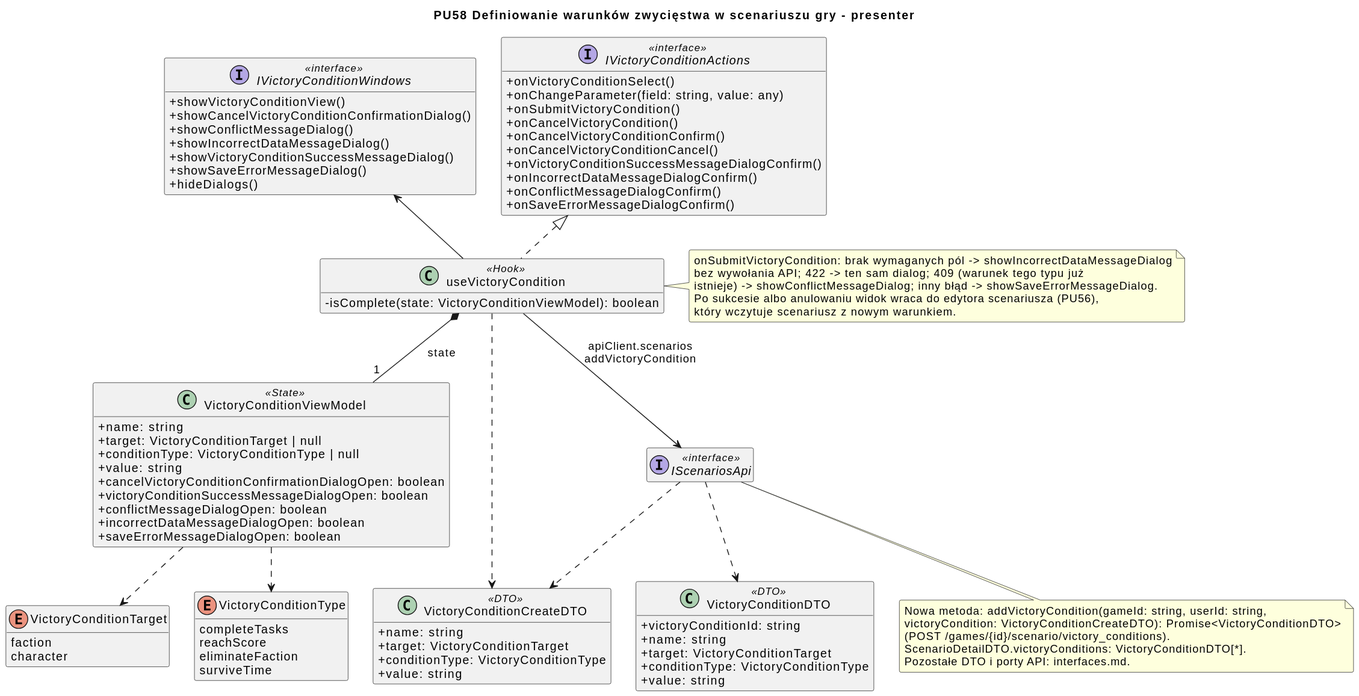
Above: diagrams/frontend/rendered/victory-condition-presenter.svg in Igor-Ochocki/POP-2026Z (PlantUML), before the change. Source of this version:
```plantuml
@startuml
skinparam classAttributeIconSize 0
skinparam packageStyle rectangle
skinparam shadowing false
skinparam roundcorner 4
skinparam linetype polyline
skinparam nodesep 30
skinparam ranksep 40
hide empty members

title PU58 Definiowanie warunków zwycięstwa w scenariuszu gry - presenter

interface IVictoryConditionActions <<interface>> {
    + onVictoryConditionSelect()
    + onChangeParameter(field: string, value: any)
    + onSubmitVictoryCondition()
    + onCancelVictoryCondition()
    + onCancelVictoryConditionConfirm()
    + onCancelVictoryConditionCancel()
    + onVictoryConditionSuccessMessageDialogConfirm()
    + onIncorrectDataMessageDialogConfirm()
    + onConflictMessageDialogConfirm()
    + onSaveErrorMessageDialogConfirm()
}

interface IVictoryConditionWindows <<interface>> {
    + showVictoryConditionView()
    + showCancelVictoryConditionConfirmationDialog()
    + showConflictMessageDialog()
    + showIncorrectDataMessageDialog()
    + showVictoryConditionSuccessMessageDialog()
    + showSaveErrorMessageDialog()
    + hideDialogs()
}

class useVictoryCondition <<Hook>> {
    - isComplete(state: VictoryConditionViewModel): boolean
}

class VictoryConditionViewModel <<State>> {
    + name: string
    + target: VictoryConditionTarget | null
    + conditionType: VictoryConditionType | null
    + value: string
    + cancelVictoryConditionConfirmationDialogOpen: boolean
    + victoryConditionSuccessMessageDialogOpen: boolean
    + conflictMessageDialogOpen: boolean
    + incorrectDataMessageDialogOpen: boolean
    + saveErrorMessageDialogOpen: boolean
}

class VictoryConditionCreateDTO <<DTO>> {
    + name: string
    + target: VictoryConditionTarget
    + conditionType: VictoryConditionType
    + value: string
}

class VictoryConditionDTO <<DTO>> {
    + victoryConditionId: string
    + name: string
    + target: VictoryConditionTarget
    + conditionType: VictoryConditionType
    + value: string
}

enum VictoryConditionTarget {
    faction
    character
}

enum VictoryConditionType {
    completeTasks
    reachScore
    eliminateFaction
    surviveTime
}

interface IScenariosApi <<interface>>

useVictoryCondition .u.|> IVictoryConditionActions
useVictoryCondition -u-> IVictoryConditionWindows
useVictoryCondition *-- "1" VictoryConditionViewModel : state
useVictoryCondition ..> VictoryConditionCreateDTO
useVictoryCondition --> IScenariosApi : apiClient.scenarios\naddVictoryCondition
VictoryConditionViewModel ..> VictoryConditionTarget
VictoryConditionViewModel ..> VictoryConditionType
IScenariosApi ..> VictoryConditionCreateDTO
IScenariosApi ..> VictoryConditionDTO

note right of useVictoryCondition
    onSubmitVictoryCondition: brak wymaganych pól -> showIncorrectDataMessageDialog
    bez wywołania API; 422 -> ten sam dialog; 409 (warunek tego typu już
    istnieje) -> showConflictMessageDialog; inny błąd -> showSaveErrorMessageDialog.
    Po sukcesie albo anulowaniu widok wraca do edytora scenariusza (PU56),
    który wczytuje scenariusz z nowym warunkiem.
end note

note bottom of IScenariosApi
    Nowa metoda: addVictoryCondition(gameId: string, userId: string,
    victoryCondition: VictoryConditionCreateDTO): Promise<VictoryConditionDTO>
    (POST /games/{id}/scenario/victory_conditions).
    ScenarioDetailDTO.victoryConditions: VictoryConditionDTO[*].
    Pozostałe DTO i porty API: interfaces.md.
end note
@enduml
```
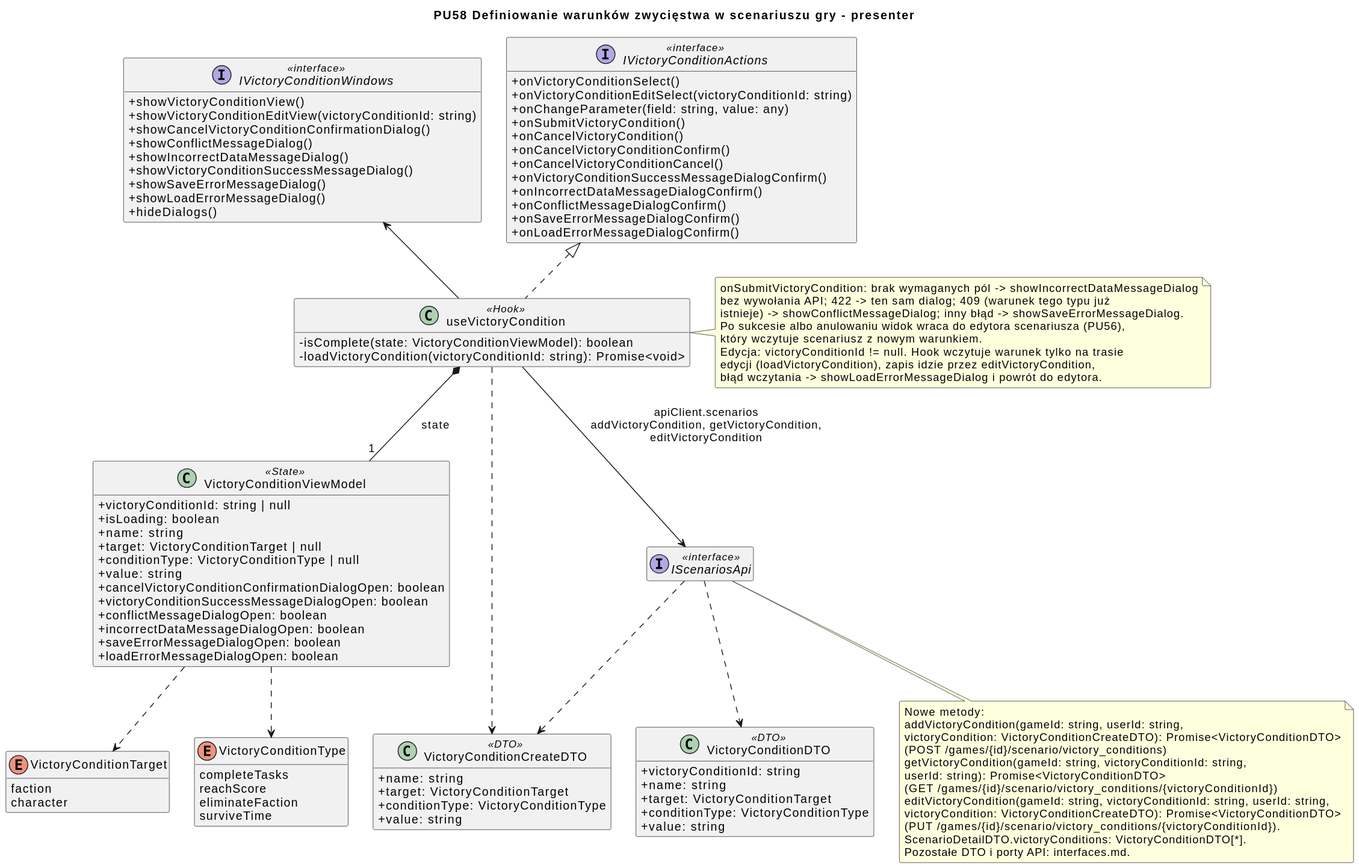
Above is the later version.

Commit message:
PU58/fe: edycja warunku zwycięstwa na diagramach presentera i widoku

Change to the diagram source:
```diff
@@ -12,6 +12,7 @@
 
 interface IVictoryConditionActions <<interface>> {
     + onVictoryConditionSelect()
+    + onVictoryConditionEditSelect(victoryConditionId: string)
     + onChangeParameter(field: string, value: any)
     + onSubmitVictoryCondition()
     + onCancelVictoryCondition()
@@ -21,23 +22,29 @@
     + onIncorrectDataMessageDialogConfirm()
     + onConflictMessageDialogConfirm()
     + onSaveErrorMessageDialogConfirm()
+    + onLoadErrorMessageDialogConfirm()
 }
 
 interface IVictoryConditionWindows <<interface>> {
     + showVictoryConditionView()
+    + showVictoryConditionEditView(victoryConditionId: string)
     + showCancelVictoryConditionConfirmationDialog()
     + showConflictMessageDialog()
     + showIncorrectDataMessageDialog()
     + showVictoryConditionSuccessMessageDialog()
     + showSaveErrorMessageDialog()
+    + showLoadErrorMessageDialog()
     + hideDialogs()
 }
 
 class useVictoryCondition <<Hook>> {
     - isComplete(state: VictoryConditionViewModel): boolean
+    - loadVictoryCondition(victoryConditionId: string): Promise<void>
 }
 
 class VictoryConditionViewModel <<State>> {
+    + victoryConditionId: string | null
+    + isLoading: boolean
     + name: string
     + target: VictoryConditionTarget | null
     + conditionType: VictoryConditionType | null
@@ -47,6 +54,7 @@
     + conflictMessageDialogOpen: boolean
     + incorrectDataMessageDialogOpen: boolean
     + saveErrorMessageDialogOpen: boolean
+    + loadErrorMessageDialogOpen: boolean
 }
 
 class VictoryConditionCreateDTO <<DTO>> {
@@ -82,7 +90,7 @@
 useVictoryCondition -u-> IVictoryConditionWindows
 useVictoryCondition *-- "1" VictoryConditionViewModel : state
 useVictoryCondition ..> VictoryConditionCreateDTO
-useVictoryCondition --> IScenariosApi : apiClient.scenarios\naddVictoryCondition
+useVictoryCondition --> IScenariosApi : apiClient.scenarios\naddVictoryCondition, getVictoryCondition,\neditVictoryCondition
 VictoryConditionViewModel ..> VictoryConditionTarget
 VictoryConditionViewModel ..> VictoryConditionType
 IScenariosApi ..> VictoryConditionCreateDTO
@@ -94,12 +102,22 @@
     istnieje) -> showConflictMessageDialog; inny błąd -> showSaveErrorMessageDialog.
     Po sukcesie albo anulowaniu widok wraca do edytora scenariusza (PU56),
     który wczytuje scenariusz z nowym warunkiem.
+    Edycja: victoryConditionId != null. Hook wczytuje warunek tylko na trasie
+    edycji (loadVictoryCondition), zapis idzie przez editVictoryCondition,
+    błąd wczytania -> showLoadErrorMessageDialog i powrót do edytora.
 end note
 
 note bottom of IScenariosApi
-    Nowa metoda: addVictoryCondition(gameId: string, userId: string,
+    Nowe metody:
+    addVictoryCondition(gameId: string, userId: string,
     victoryCondition: VictoryConditionCreateDTO): Promise<VictoryConditionDTO>
-    (POST /games/{id}/scenario/victory_conditions).
+    (POST /games/{id}/scenario/victory_conditions)
+    getVictoryCondition(gameId: string, victoryConditionId: string,
+    userId: string): Promise<VictoryConditionDTO>
+    (GET /games/{id}/scenario/victory_conditions/{victoryConditionId})
+    editVictoryCondition(gameId: string, victoryConditionId: string, userId: string,
+    victoryCondition: VictoryConditionCreateDTO): Promise<VictoryConditionDTO>
+    (PUT /games/{id}/scenario/victory_conditions/{victoryConditionId}).
     ScenarioDetailDTO.victoryConditions: VictoryConditionDTO[*].
     Pozostałe DTO i porty API: interfaces.md.
 end note
```
